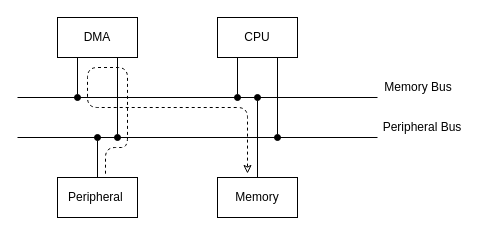
Before: 03Flowcharts/Perifericos/DMA.drawio in LPI-2020/DWR-19, a draw.io diagram. Source tidied: cells renumbered, new cells numbered last; positions are measured from the earlier drawing's top-left corner, leaving out a move shared by most shapes. Both pictures are drawn from the tidied source at 100%, with x=0, y=0 at pixel (17, 17).
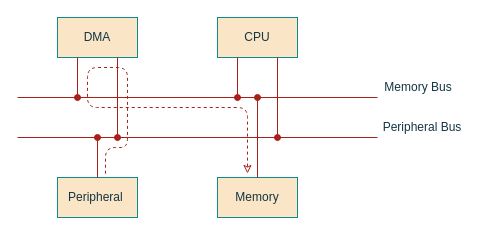
The same diagram, later.

Diff of the diagram source:
```diff
@@
-    <mxCell id="2" style="endArrow=none;html=1;" parent="1" edge="1">
+    <mxCell id="2" style="endArrow=none;html=1;labelBackgroundColor=#DAD2D8;strokeColor=#A8201A;fontColor=#143642;" parent="1" edge="1">
       <mxGeometry relative="1" as="geometry">
         <mxPoint y="80" as="sourcePoint" />
         <mxPoint x="360" y="80" as="targetPoint" />
       </mxGeometry>
     </mxCell>
-    <mxCell id="3" style="endArrow=none;html=1;" parent="1" edge="1">
+    <mxCell id="3" style="endArrow=none;html=1;labelBackgroundColor=#DAD2D8;strokeColor=#A8201A;fontColor=#143642;" parent="1" edge="1">
       <mxGeometry relative="1" as="geometry">
         <mxPoint y="120" as="sourcePoint" />
         <mxPoint x="360" y="120" as="targetPoint" />
       </mxGeometry>
     </mxCell>
-    <mxCell id="4" value="DMA" style="rounded=0;whiteSpace=wrap;html=1;" parent="1" vertex="1">
+    <mxCell id="4" value="DMA" style="rounded=0;whiteSpace=wrap;html=1;fillColor=#FAE5C7;strokeColor=#0F8B8D;fontColor=#143642;" parent="1" vertex="1">
       <mxGeometry x="40" width="80" height="40" as="geometry" />
     </mxCell>
-    <mxCell id="5" value="CPU" style="rounded=0;whiteSpace=wrap;html=1;" parent="1" vertex="1">
+    <mxCell id="5" value="CPU" style="rounded=0;whiteSpace=wrap;html=1;fillColor=#FAE5C7;strokeColor=#0F8B8D;fontColor=#143642;" parent="1" vertex="1">
       <mxGeometry x="200" width="80" height="40" as="geometry" />
     </mxCell>
-    <mxCell id="6" value="Peripheral&amp;nbsp;" style="rounded=0;whiteSpace=wrap;html=1;" parent="1" vertex="1">
+    <mxCell id="6" value="Peripheral&amp;nbsp;" style="rounded=0;whiteSpace=wrap;html=1;fillColor=#FAE5C7;strokeColor=#0F8B8D;fontColor=#143642;" parent="1" vertex="1">
       <mxGeometry x="40" y="160" width="80" height="40" as="geometry" />
     </mxCell>
-    <mxCell id="7" value="Memory" style="rounded=0;whiteSpace=wrap;html=1;" parent="1" vertex="1">
+    <mxCell id="7" value="Memory" style="rounded=0;whiteSpace=wrap;html=1;fillColor=#FAE5C7;strokeColor=#0F8B8D;fontColor=#143642;" parent="1" vertex="1">
       <mxGeometry x="200" y="160" width="80" height="40" as="geometry" />
     </mxCell>
-    <mxCell id="8" value="Memory Bus" style="text;html=1;strokeColor=none;fillColor=none;align=center;verticalAlign=middle;whiteSpace=wrap;rounded=0;" parent="1" vertex="1">
+    <mxCell id="8" value="Memory Bus" style="text;html=1;strokeColor=none;fillColor=none;align=center;verticalAlign=middle;whiteSpace=wrap;rounded=0;fontColor=#143642;" parent="1" vertex="1">
       <mxGeometry x="366" y="60" width="70" height="20" as="geometry" />
     </mxCell>
-    <mxCell id="9" value="Peripheral Bus" style="text;html=1;strokeColor=none;fillColor=none;align=center;verticalAlign=middle;whiteSpace=wrap;rounded=0;" parent="1" vertex="1">
+    <mxCell id="9" value="Peripheral Bus" style="text;html=1;strokeColor=none;fillColor=none;align=center;verticalAlign=middle;whiteSpace=wrap;rounded=0;fontColor=#143642;" parent="1" vertex="1">
       <mxGeometry x="360" y="100" width="90" height="20" as="geometry" />
     </mxCell>
-    <mxCell id="10" style="endArrow=oval;html=1;exitX=0.25;exitY=1;exitDx=0;exitDy=0;startArrow=none;startFill=0;endFill=1;" parent="1" edge="1" source="4">
+    <mxCell id="10" style="endArrow=oval;html=1;exitX=0.25;exitY=1;exitDx=0;exitDy=0;startArrow=none;startFill=0;endFill=1;labelBackgroundColor=#DAD2D8;strokeColor=#A8201A;fontColor=#143642;" parent="1" edge="1" source="4">
       <mxGeometry relative="1" as="geometry">
         <mxPoint x="60" y="80" as="targetPoint" />
       </mxGeometry>
     </mxCell>
-    <mxCell id="11" style="endArrow=oval;html=1;exitX=0.75;exitY=1;exitDx=0;exitDy=0;startArrow=none;startFill=0;endFill=1;" parent="1" edge="1" source="4">
+    <mxCell id="11" style="endArrow=oval;html=1;exitX=0.75;exitY=1;exitDx=0;exitDy=0;startArrow=none;startFill=0;endFill=1;labelBackgroundColor=#DAD2D8;strokeColor=#A8201A;fontColor=#143642;" parent="1" edge="1" source="4">
       <mxGeometry relative="1" as="geometry">
         <mxPoint x="100" y="120" as="targetPoint" />
       </mxGeometry>
     </mxCell>
-    <mxCell id="12" style="endArrow=oval;html=1;startArrow=none;startFill=0;endFill=1;" parent="1" edge="1" source="6">
+    <mxCell id="12" style="endArrow=oval;html=1;startArrow=none;startFill=0;endFill=1;labelBackgroundColor=#DAD2D8;strokeColor=#A8201A;fontColor=#143642;" parent="1" edge="1" source="6">
       <mxGeometry relative="1" as="geometry">
         <mxPoint x="80" y="120" as="targetPoint" />
       </mxGeometry>
     </mxCell>
-    <mxCell id="13" style="endArrow=oval;html=1;exitX=0.75;exitY=1;exitDx=0;exitDy=0;startArrow=none;startFill=0;endFill=1;" parent="1" edge="1" source="5">
+    <mxCell id="13" style="endArrow=oval;html=1;exitX=0.75;exitY=1;exitDx=0;exitDy=0;startArrow=none;startFill=0;endFill=1;labelBackgroundColor=#DAD2D8;strokeColor=#A8201A;fontColor=#143642;" parent="1" edge="1" source="5">
       <mxGeometry relative="1" as="geometry">
         <mxPoint x="260" y="120" as="targetPoint" />
       </mxGeometry>
     </mxCell>
-    <mxCell id="14" style="endArrow=oval;html=1;exitX=0.25;exitY=1;exitDx=0;exitDy=0;startArrow=none;startFill=0;endFill=1;" parent="1" edge="1" source="5">
+    <mxCell id="14" style="endArrow=oval;html=1;exitX=0.25;exitY=1;exitDx=0;exitDy=0;startArrow=none;startFill=0;endFill=1;labelBackgroundColor=#DAD2D8;strokeColor=#A8201A;fontColor=#143642;" parent="1" edge="1" source="5">
       <mxGeometry relative="1" as="geometry">
         <mxPoint x="220" y="80" as="targetPoint" />
       </mxGeometry>
     </mxCell>
-    <mxCell id="15" style="endArrow=oval;html=1;startArrow=none;startFill=0;endFill=1;exitX=0.5;exitY=0;exitDx=0;exitDy=0;" parent="1" edge="1" source="7">
+    <mxCell id="15" style="endArrow=oval;html=1;startArrow=none;startFill=0;endFill=1;exitX=0.5;exitY=0;exitDx=0;exitDy=0;labelBackgroundColor=#DAD2D8;strokeColor=#A8201A;fontColor=#143642;" parent="1" edge="1" source="7">
       <mxGeometry relative="1" as="geometry">
         <mxPoint x="240" y="80" as="targetPoint" />
       </mxGeometry>
     </mxCell>
-    <mxCell id="16" style="endArrow=classic;dashed=1;html=1;exitX=0.6;exitY=-0.095;exitDx=0;exitDy=0;exitPerimeter=0;endFill=0;" parent="1" edge="1" source="6">
+    <mxCell id="16" style="endArrow=classic;dashed=1;html=1;exitX=0.6;exitY=-0.095;exitDx=0;exitDy=0;exitPerimeter=0;endFill=0;labelBackgroundColor=#DAD2D8;strokeColor=#A8201A;fontColor=#143642;" parent="1" edge="1" source="6">
       <mxGeometry relative="1" as="geometry">
         <mxPoint x="230" y="156" as="targetPoint" />
         <Array as="points">
           <mxPoint x="88" y="130" />
           <mxPoint x="110" y="130" />
           <mxPoint x="110" y="50" />
           <mxPoint x="70" y="50" />
           <mxPoint x="70" y="90" />
           <mxPoint x="230" y="90" />
         </Array>
       </mxGeometry>
     </mxCell>
```
